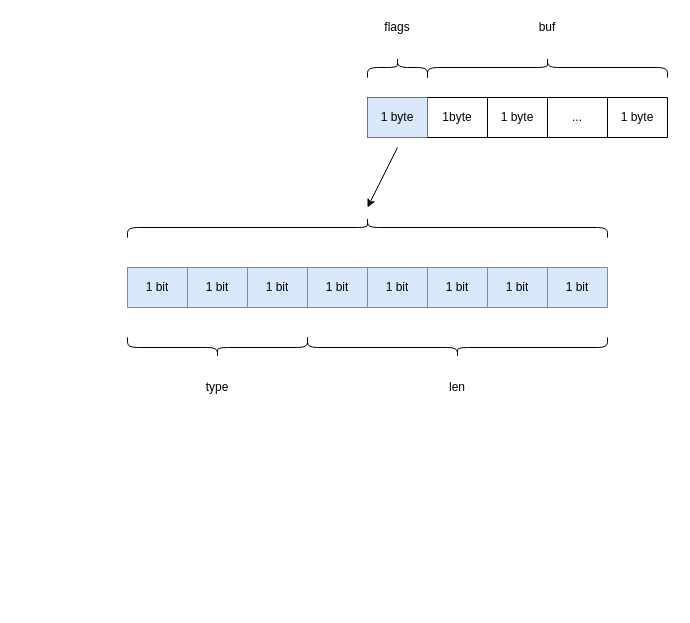
Before: redis/sds的内存结构.drawio in erlieStar/diagrams, a draw.io diagram. Source tidied: cells renumbered, new cells numbered last; positions are measured from the earlier drawing's top-left corner, leaving out a move shared by most shapes. Both pictures are drawn from the tidied source at 100%, with x=0, y=0 at pixel (127, -53).
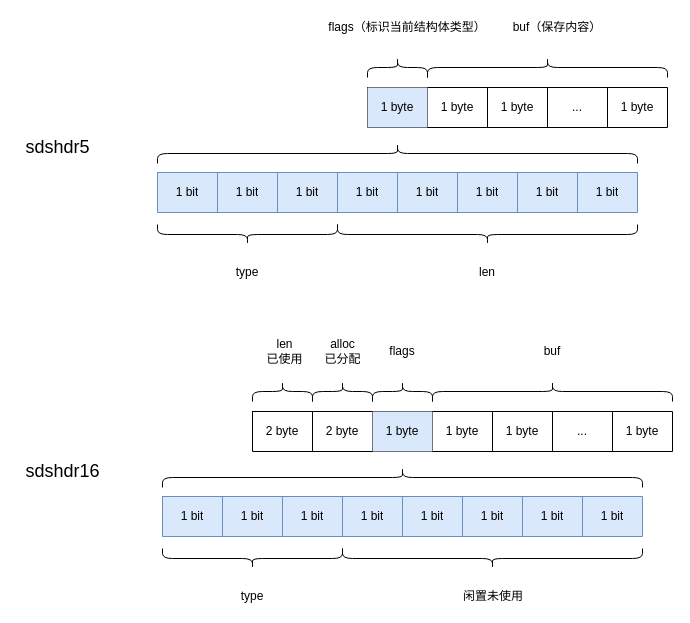
After the change.

The edit, as a diff of the source:
```diff
@@
-    <mxCell id="2" style="shape=table;html=1;whiteSpace=wrap;startSize=0;childLayout=tableLayout;" parent="1" vertex="1">
-      <mxGeometry x="240" y="150" width="300" height="40" as="geometry" />
-    </mxCell>
-    <mxCell id="3" style="shape=partialRectangle;html=1;whiteSpace=wrap;fillColor=none;top=0;left=0;bottom=0;right=0;" parent="2" vertex="1">
-      <mxGeometry width="300" height="40" as="geometry" />
-    </mxCell>
-    <mxCell id="4" value="1 byte" style="shape=partialRectangle;html=1;whiteSpace=wrap;fillColor=#dae8fc;top=0;left=0;bottom=0;right=0;overflow=hidden;strokeColor=#6c8ebf;" parent="3" vertex="1">
-      <mxGeometry width="60" height="40" as="geometry" />
-    </mxCell>
-    <mxCell id="5" value="1byte" style="shape=partialRectangle;html=1;whiteSpace=wrap;fillColor=none;top=0;left=0;bottom=0;right=0;overflow=hidden;" parent="3" vertex="1">
-      <mxGeometry x="60" width="60" height="40" as="geometry" />
-    </mxCell>
-    <mxCell id="6" value="1 byte" style="shape=partialRectangle;html=1;whiteSpace=wrap;fillColor=none;top=0;left=0;bottom=0;right=0;overflow=hidden;" parent="3" vertex="1">
-      <mxGeometry x="120" width="60" height="40" as="geometry" />
-    </mxCell>
-    <mxCell id="7" value="..." style="shape=partialRectangle;html=1;whiteSpace=wrap;fillColor=none;top=0;left=0;bottom=0;right=0;overflow=hidden;" parent="3" vertex="1">
-      <mxGeometry x="180" width="60" height="40" as="geometry" />
-    </mxCell>
-    <mxCell id="8" value="1 byte" style="shape=partialRectangle;html=1;whiteSpace=wrap;fillColor=none;top=0;left=0;bottom=0;right=0;overflow=hidden;" parent="3" vertex="1">
-      <mxGeometry x="240" width="60" height="40" as="geometry" />
-    </mxCell>
     <mxCell id="9" style="shape=table;html=1;whiteSpace=wrap;startSize=0;childLayout=tableLayout;fillColor=#dae8fc;strokeColor=#6c8ebf;" parent="1" vertex="1">
-      <mxGeometry y="320" width="480" height="40" as="geometry" />
+      <mxGeometry x="30" y="225" width="480" height="40" as="geometry" />
     </mxCell>
@@
     <mxCell id="21" style="shape=curlyBracket;whiteSpace=wrap;html=1;rounded=1;rotation=-90;size=0.5;sketch=0;" parent="1" vertex="1">
-      <mxGeometry x="80" y="310" width="20" height="180" as="geometry" />
+      <mxGeometry x="110" y="197" width="20" height="180" as="geometry" />
     </mxCell>
     <mxCell id="22" style="shape=curlyBracket;whiteSpace=wrap;html=1;rounded=1;rotation=-90;size=0.5;sketch=0;" parent="1" vertex="1">
-      <mxGeometry x="320" y="250" width="20" height="300" as="geometry" />
+      <mxGeometry x="350" y="137" width="20" height="300" as="geometry" />
     </mxCell>
     <mxCell id="23" value="type" style="text;html=1;strokeColor=none;fillColor=none;align=center;verticalAlign=middle;whiteSpace=wrap;rounded=0;sketch=0;" parent="1" vertex="1">
-      <mxGeometry x="70" y="430" width="40" height="20" as="geometry" />
+      <mxGeometry x="100" y="315" width="40" height="20" as="geometry" />
     </mxCell>
     <mxCell id="24" value="len" style="text;html=1;strokeColor=none;fillColor=none;align=center;verticalAlign=middle;whiteSpace=wrap;rounded=0;sketch=0;" parent="1" vertex="1">
-      <mxGeometry x="310" y="430" width="40" height="20" as="geometry" />
+      <mxGeometry x="340" y="315" width="40" height="20" as="geometry" />
     </mxCell>
-    <mxCell id="25" value="flags" style="text;html=1;strokeColor=none;fillColor=none;align=center;verticalAlign=middle;whiteSpace=wrap;rounded=0;sketch=0;" parent="1" vertex="1">
-      <mxGeometry x="250" y="70" width="40" height="20" as="geometry" />
+    <mxCell id="25" value="flags（标识当前结构体类型）" style="text;html=1;strokeColor=none;fillColor=none;align=center;verticalAlign=middle;whiteSpace=wrap;rounded=0;sketch=0;" parent="1" vertex="1">
+      <mxGeometry x="200" y="70" width="160" height="20" as="geometry" />
     </mxCell>
-    <mxCell id="26" value="buf" style="text;html=1;strokeColor=none;fillColor=none;align=center;verticalAlign=middle;whiteSpace=wrap;rounded=0;sketch=0;" parent="1" vertex="1">
-      <mxGeometry x="400" y="70" width="40" height="20" as="geometry" />
+    <mxCell id="26" value="buf（保存内容）" style="text;html=1;strokeColor=none;fillColor=none;align=center;verticalAlign=middle;whiteSpace=wrap;rounded=0;sketch=0;" parent="1" vertex="1">
+      <mxGeometry x="375" y="70" width="110" height="20" as="geometry" />
     </mxCell>
     <mxCell id="27" style="shape=curlyBracket;whiteSpace=wrap;html=1;rounded=1;rotation=90;size=0.5;sketch=0;" parent="1" vertex="1">
-      <mxGeometry x="230" y="40" width="20" height="480" as="geometry" />
+      <mxGeometry x="260" y="-34" width="20" height="480" as="geometry" />
     </mxCell>
-    <mxCell id="28" style="endArrow=classic;html=1;" parent="1" edge="1">
-      <mxGeometry relative="1" as="geometry">
-        <mxPoint x="270" y="200" as="sourcePoint" />
-        <mxPoint x="240" y="260" as="targetPoint" />
-      </mxGeometry>
-    </mxCell>
+    <mxCell id="29" style="shape=table;html=1;whiteSpace=wrap;startSize=0;childLayout=tableLayout;strokeColor=#000000;" parent="1" vertex="1">
+      <mxGeometry x="240" y="140" width="300" height="40" as="geometry" />
+    </mxCell>
+    <mxCell id="30" style="shape=partialRectangle;html=1;whiteSpace=wrap;fillColor=none;top=0;left=0;bottom=0;right=0;strokeColor=#000000;" parent="29" vertex="1">
+      <mxGeometry width="300" height="40" as="geometry" />
+    </mxCell>
+    <mxCell id="4" value="1 byte" style="shape=partialRectangle;html=1;whiteSpace=wrap;fillColor=#dae8fc;top=0;left=0;bottom=0;right=0;overflow=hidden;strokeColor=#6c8ebf;" parent="30" vertex="1">
+      <mxGeometry width="60" height="40" as="geometry" />
+    </mxCell>
+    <mxCell id="31" value="&lt;span&gt;1 byte&lt;/span&gt;" style="shape=partialRectangle;html=1;whiteSpace=wrap;fillColor=none;top=0;left=0;bottom=0;right=0;overflow=hidden;strokeColor=#000000;" parent="30" vertex="1">
+      <mxGeometry x="60" width="60" height="40" as="geometry" />
+    </mxCell>
+    <mxCell id="32" value="&lt;span&gt;1 byte&lt;/span&gt;" style="shape=partialRectangle;html=1;whiteSpace=wrap;fillColor=none;top=0;left=0;bottom=0;right=0;overflow=hidden;strokeColor=#000000;" parent="30" vertex="1">
+      <mxGeometry x="120" width="60" height="40" as="geometry" />
+    </mxCell>
+    <mxCell id="33" value="..." style="shape=partialRectangle;html=1;whiteSpace=wrap;fillColor=none;top=0;left=0;bottom=0;right=0;overflow=hidden;strokeColor=#000000;" parent="30" vertex="1">
+      <mxGeometry x="180" width="60" height="40" as="geometry" />
+    </mxCell>
+    <mxCell id="34" value="&lt;span&gt;1 byte&lt;/span&gt;" style="shape=partialRectangle;html=1;whiteSpace=wrap;fillColor=none;top=0;left=0;bottom=0;right=0;overflow=hidden;strokeColor=#000000;" parent="30" vertex="1">
+      <mxGeometry x="240" width="60" height="40" as="geometry" />
+    </mxCell>
+    <mxCell id="35" value="&lt;font style=&quot;font-size: 18px&quot;&gt;sdshdr5&lt;/font&gt;" style="text;html=1;align=center;verticalAlign=middle;strokeColor=none;fillColor=none;" parent="1" vertex="1">
+      <mxGeometry x="-110" y="190" width="80" height="20" as="geometry" />
+    </mxCell>
+    <mxCell id="36" style="shape=table;html=1;whiteSpace=wrap;startSize=0;childLayout=tableLayout;fillColor=#dae8fc;strokeColor=#6c8ebf;" parent="1" vertex="1">
+      <mxGeometry x="35" y="549" width="480" height="40" as="geometry" />
+    </mxCell>
+    <mxCell id="37" style="shape=partialRectangle;html=1;whiteSpace=wrap;fillColor=none;top=0;left=0;bottom=0;right=0;" parent="36" vertex="1">
+      <mxGeometry width="480" height="40" as="geometry" />
+    </mxCell>
+    <mxCell id="38" value="1 bit" style="shape=partialRectangle;html=1;whiteSpace=wrap;fillColor=none;top=0;left=0;bottom=0;right=0;overflow=hidden;" parent="37" vertex="1">
+      <mxGeometry width="60" height="40" as="geometry" />
+    </mxCell>
+    <mxCell id="39" value="&lt;span&gt;1 bit&lt;/span&gt;" style="shape=partialRectangle;html=1;whiteSpace=wrap;fillColor=none;top=0;left=0;bottom=0;right=0;overflow=hidden;" parent="37" vertex="1">
+      <mxGeometry x="60" width="60" height="40" as="geometry" />
+    </mxCell>
+    <mxCell id="40" value="&lt;span&gt;1 bit&lt;/span&gt;" style="shape=partialRectangle;html=1;whiteSpace=wrap;fillColor=none;top=0;left=0;bottom=0;right=0;overflow=hidden;" parent="37" vertex="1">
+      <mxGeometry x="120" width="60" height="40" as="geometry" />
+    </mxCell>
+    <mxCell id="41" value="&lt;span&gt;1 bit&lt;/span&gt;" style="shape=partialRectangle;html=1;whiteSpace=wrap;fillColor=none;top=0;left=0;bottom=0;right=0;overflow=hidden;" parent="37" vertex="1">
+      <mxGeometry x="180" width="60" height="40" as="geometry" />
+    </mxCell>
+    <mxCell id="42" value="&lt;span&gt;1 bit&lt;/span&gt;" style="shape=partialRectangle;html=1;whiteSpace=wrap;fillColor=none;top=0;left=0;bottom=0;right=0;overflow=hidden;" parent="37" vertex="1">
+      <mxGeometry x="240" width="60" height="40" as="geometry" />
+    </mxCell>
+    <mxCell id="43" value="&lt;span&gt;1 bit&lt;/span&gt;" style="shape=partialRectangle;html=1;whiteSpace=wrap;fillColor=none;top=0;left=0;bottom=0;right=0;overflow=hidden;" parent="37" vertex="1">
+      <mxGeometry x="300" width="60" height="40" as="geometry" />
+    </mxCell>
+    <mxCell id="44" value="&lt;span&gt;1 bit&lt;/span&gt;" style="shape=partialRectangle;html=1;whiteSpace=wrap;fillColor=none;top=0;left=0;bottom=0;right=0;overflow=hidden;" parent="37" vertex="1">
+      <mxGeometry x="360" width="60" height="40" as="geometry" />
+    </mxCell>
+    <mxCell id="45" value="&lt;span&gt;1 bit&lt;/span&gt;" style="shape=partialRectangle;html=1;whiteSpace=wrap;fillColor=none;top=0;left=0;bottom=0;right=0;overflow=hidden;" parent="37" vertex="1">
+      <mxGeometry x="420" width="60" height="40" as="geometry" />
+    </mxCell>
+    <mxCell id="46" style="shape=curlyBracket;whiteSpace=wrap;html=1;rounded=1;rotation=90;" parent="1" vertex="1">
+      <mxGeometry x="265" y="414" width="20" height="60" as="geometry" />
+    </mxCell>
+    <mxCell id="47" style="shape=curlyBracket;whiteSpace=wrap;html=1;rounded=1;rotation=90;" parent="1" vertex="1">
+      <mxGeometry x="415" y="324" width="20" height="240" as="geometry" />
+    </mxCell>
+    <mxCell id="48" style="shape=curlyBracket;whiteSpace=wrap;html=1;rounded=1;rotation=-90;size=0.5;sketch=0;" parent="1" vertex="1">
+      <mxGeometry x="115" y="521" width="20" height="180" as="geometry" />
+    </mxCell>
+    <mxCell id="49" style="shape=curlyBracket;whiteSpace=wrap;html=1;rounded=1;rotation=-90;size=0.5;sketch=0;" parent="1" vertex="1">
+      <mxGeometry x="355" y="461" width="20" height="300" as="geometry" />
+    </mxCell>
+    <mxCell id="50" value="type" style="text;html=1;strokeColor=none;fillColor=none;align=center;verticalAlign=middle;whiteSpace=wrap;rounded=0;sketch=0;" parent="1" vertex="1">
+      <mxGeometry x="105" y="639" width="40" height="20" as="geometry" />
+    </mxCell>
+    <mxCell id="51" value="闲置未使用" style="text;html=1;strokeColor=none;fillColor=none;align=center;verticalAlign=middle;whiteSpace=wrap;rounded=0;sketch=0;" parent="1" vertex="1">
+      <mxGeometry x="326" y="639" width="80" height="20" as="geometry" />
+    </mxCell>
+    <mxCell id="52" value="flags" style="text;html=1;strokeColor=none;fillColor=none;align=center;verticalAlign=middle;whiteSpace=wrap;rounded=0;sketch=0;" parent="1" vertex="1">
+      <mxGeometry x="255" y="394" width="40" height="20" as="geometry" />
+    </mxCell>
+    <mxCell id="53" value="buf" style="text;html=1;strokeColor=none;fillColor=none;align=center;verticalAlign=middle;whiteSpace=wrap;rounded=0;sketch=0;" parent="1" vertex="1">
+      <mxGeometry x="405" y="394" width="40" height="20" as="geometry" />
+    </mxCell>
+    <mxCell id="54" style="shape=curlyBracket;whiteSpace=wrap;html=1;rounded=1;rotation=90;size=0.5;sketch=0;" parent="1" vertex="1">
+      <mxGeometry x="265" y="290" width="20" height="480" as="geometry" />
+    </mxCell>
+    <mxCell id="55" style="shape=table;html=1;whiteSpace=wrap;startSize=0;childLayout=tableLayout;" parent="1" vertex="1">
+      <mxGeometry x="125" y="464" width="420" height="40" as="geometry" />
+    </mxCell>
+    <mxCell id="56" style="shape=partialRectangle;html=1;whiteSpace=wrap;fillColor=none;top=0;left=0;bottom=0;right=0;strokeColor=#000000;" parent="55" vertex="1">
+      <mxGeometry width="420" height="40" as="geometry" />
+    </mxCell>
+    <mxCell id="57" value="2 byte" style="shape=partialRectangle;html=1;whiteSpace=wrap;top=0;left=0;bottom=0;right=0;overflow=hidden;fillColor=none;" parent="56" vertex="1">
+      <mxGeometry width="60" height="40" as="geometry" />
+    </mxCell>
+    <mxCell id="58" value="2 byte" style="shape=partialRectangle;html=1;whiteSpace=wrap;top=0;left=0;bottom=0;right=0;overflow=hidden;fillColor=none;" parent="56" vertex="1">
+      <mxGeometry x="60" width="60" height="40" as="geometry" />
+    </mxCell>
+    <mxCell id="59" value="1 byte" style="shape=partialRectangle;html=1;whiteSpace=wrap;top=0;left=0;bottom=0;right=0;overflow=hidden;fillColor=#dae8fc;strokeColor=#6c8ebf;" parent="56" vertex="1">
+      <mxGeometry x="120" width="60" height="40" as="geometry" />
+    </mxCell>
+    <mxCell id="60" value="&lt;span&gt;1 byte&lt;/span&gt;" style="shape=partialRectangle;html=1;whiteSpace=wrap;fillColor=none;top=0;left=0;bottom=0;right=0;overflow=hidden;strokeColor=#000000;" parent="56" vertex="1">
+      <mxGeometry x="180" width="60" height="40" as="geometry" />
+    </mxCell>
+    <mxCell id="61" value="&lt;span&gt;1 byte&lt;/span&gt;" style="shape=partialRectangle;html=1;whiteSpace=wrap;fillColor=none;top=0;left=0;bottom=0;right=0;overflow=hidden;strokeColor=#000000;" parent="56" vertex="1">
+      <mxGeometry x="240" width="60" height="40" as="geometry" />
+    </mxCell>
+    <mxCell id="62" value="..." style="shape=partialRectangle;html=1;whiteSpace=wrap;fillColor=none;top=0;left=0;bottom=0;right=0;overflow=hidden;strokeColor=#000000;" parent="56" vertex="1">
+      <mxGeometry x="300" width="60" height="40" as="geometry" />
+    </mxCell>
+    <mxCell id="63" value="&lt;span&gt;1 byte&lt;/span&gt;" style="shape=partialRectangle;html=1;whiteSpace=wrap;fillColor=none;top=0;left=0;bottom=0;right=0;overflow=hidden;strokeColor=#000000;" parent="56" vertex="1">
+      <mxGeometry x="360" width="60" height="40" as="geometry" />
+    </mxCell>
+    <mxCell id="64" value="&lt;font style=&quot;font-size: 18px&quot;&gt;sdshdr16&lt;/font&gt;" style="text;html=1;align=center;verticalAlign=middle;strokeColor=none;fillColor=none;" parent="1" vertex="1">
+      <mxGeometry x="-110" y="514" width="90" height="20" as="geometry" />
+    </mxCell>
+    <mxCell id="65" style="shape=curlyBracket;whiteSpace=wrap;html=1;rounded=1;rotation=90;" parent="1" vertex="1">
+      <mxGeometry x="145" y="414" width="20" height="60" as="geometry" />
+    </mxCell>
+    <mxCell id="66" value="len&lt;br&gt;已使用" style="text;html=1;strokeColor=none;fillColor=none;align=center;verticalAlign=middle;whiteSpace=wrap;rounded=0;sketch=0;" parent="1" vertex="1">
+      <mxGeometry x="100" y="394" width="115" height="20" as="geometry" />
+    </mxCell>
+    <mxCell id="67" style="shape=curlyBracket;whiteSpace=wrap;html=1;rounded=1;rotation=90;" parent="1" vertex="1">
+      <mxGeometry x="205" y="414" width="20" height="60" as="geometry" />
+    </mxCell>
+    <mxCell id="68" value="alloc&lt;br&gt;已分配" style="text;html=1;strokeColor=none;fillColor=none;align=center;verticalAlign=middle;whiteSpace=wrap;rounded=0;sketch=0;" parent="1" vertex="1">
+      <mxGeometry x="157.5" y="394" width="115" height="20" as="geometry" />
+    </mxCell>
```
